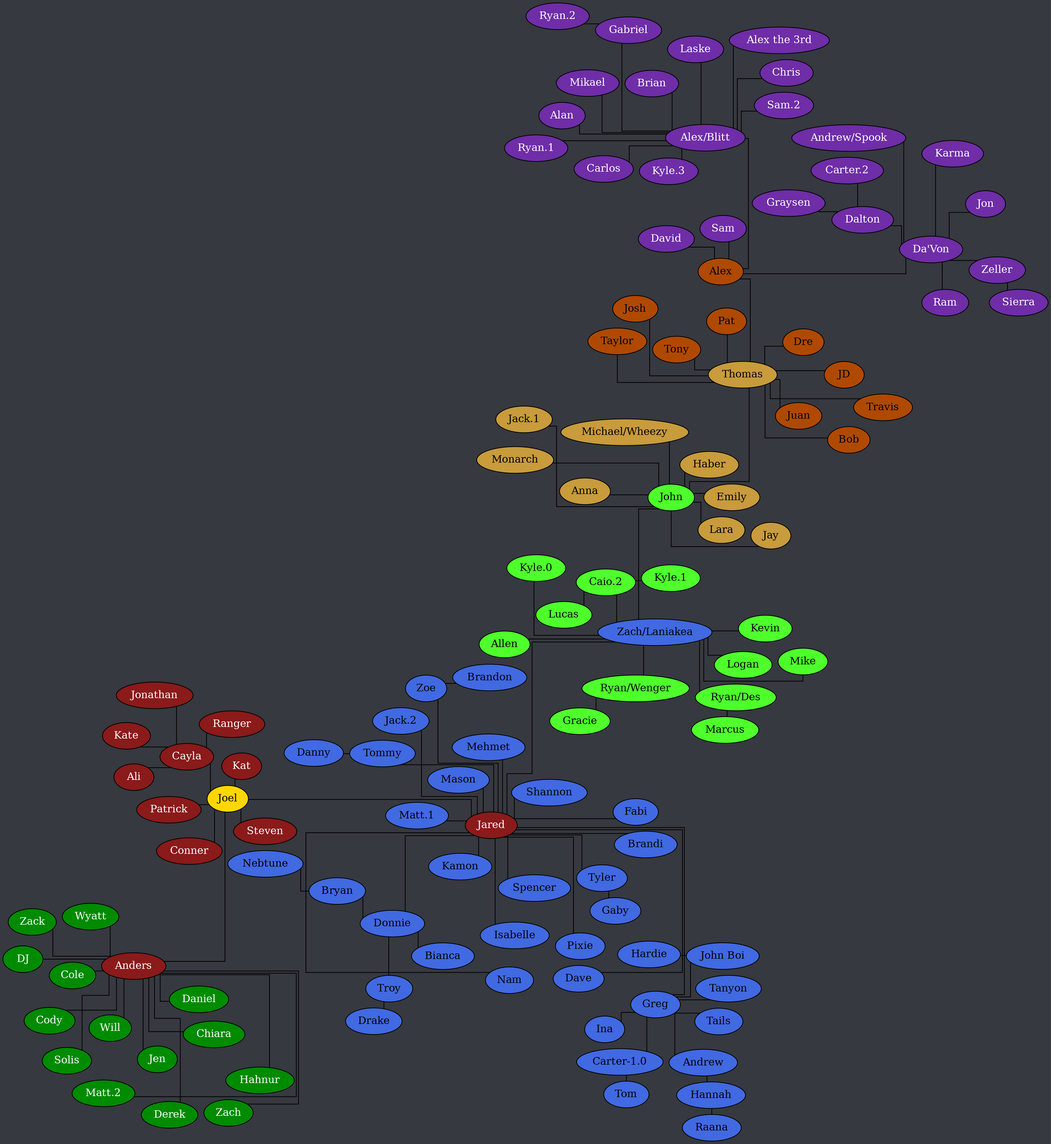
Before: tree.png, a diagram exported from Graphviz (Documidas/CoronaCatzFamilyTree). Its source is kept beside it as tree.dot. The source it was exported from:
```dot
strict graph {
	layout = neato;
	dpi = 200;
	epsilon = 0.01;
	mode = major;
	model = subset;
	overlap = false;
	splines = ortho;
	start = rand;

	graph [ truecolor=true bgcolor="#36393f" ];
	node [ style=filled fillcolor="gray" fontcolor="black" ];

	subgraph "Joel" {
		node [ style=filled fillcolor="firebrick4" fontcolor="white" ];
		Joel [ style=filled fillcolor="gold" fontcolor="black" ];

		Cayla -- Ali;
		Cayla -- Jonathan;
		Cayla -- Kate;
		Cayla -- Ranger;
		Joel -- Anders;
		Joel -- Cayla;
		Joel -- Conner;
		Joel -- Jared;
		Joel -- Kat;
		Joel -- Patrick;
		Joel -- Steven;
	}

	subgraph "Anders" {
		node [ style=filled fillcolor="green4" fontcolor="white" ];

		Anders -- Chiara;
		Anders -- Cody;
		Anders -- Cole;
		Anders -- Daniel;
		Anders -- Derek;
		Anders -- DJ;
		Anders -- Hahnur;
		Anders -- Jen;
		Anders -- "Matt.2";
		Anders -- Solis;
		Anders -- Will;
		Anders -- Wyatt;
		Anders -- Zach;
		Anders -- Zack;
	}

	subgraph "Jared" {
		node [ style=filled fillcolor="royalblue" fontcolor="black" ];

		Andrew -- Hannah;
		Bryan -- Nebtune;
		"Carter-1.0" -- Tom;
		Donnie -- Bianca;
		Donnie -- Bryan;
		Donnie -- Troy;
		Greg -- Andrew;
		Greg -- "Carter-1.0";
		Greg -- Ina;
		Greg -- "John Boi";
		Greg -- Tails;
		Greg -- Tanyon;
		Hannah -- Raana;
		Jared -- Brandi;
		Jared -- Dave;
		Jared -- Donnie;
		Jared -- Fabi;
		Jared -- "Jack.2";
		Jared -- Kamon;
		Jared -- Greg;
		Jared -- Isabelle;
		Jared -- Mason;
		Jared -- "Matt.1";
		Jared -- Mehmet;
		Jared -- Nam;
		Jared -- Pixie;
		Jared -- Shannon;
		Jared -- Spencer;
		Jared -- Tommy;
		Jared -- Tyler;
		Jared -- "Zach/Laniakea";
		Jared -- Zoe;
		"John Boi" -- Hardie;
		Tommy -- Danny;
		Troy -- Drake;
		Tyler -- Gaby;
		Zoe -- Brandon;
	}

	subgraph "Zach/Laniakea" {
		node [ style=filled fillcolor="#4eff2c" fontcolor="black" ];

		"Caio.2" -- "Kyle.1";
		"Caio.2" -- Lucas;
		"Ryan/Des" -- Marcus;
		"Ryan/Wenger" -- Gracie;
		"Zach/Laniakea" -- Allen;
		"Zach/Laniakea" -- "Caio.2";
		"Zach/Laniakea" -- John;
		"Zach/Laniakea" -- Logan;
		"Zach/Laniakea" -- Kevin;
		"Zach/Laniakea" -- "Kyle.0";
		"Zach/Laniakea" -- Mike;
		"Zach/Laniakea" -- "Ryan/Des";
		"Zach/Laniakea" -- "Ryan/Wenger";
	}

	subgraph "John" {
		node [ style=filled fillcolor="#c89b3c" fontcolor="black" ];

		John -- Anna;
		John -- Emily;
		John -- Haber;
		John -- Jay;
		John -- "Jack.1";
		John -- Lara;
		John -- Monarch;
		John -- Thomas;
	}

	subgraph "John-stream" {
		node [ style=filled fillcolor="#c89b3c" fontcolor="black" ];

		John -- "Michael/Wheezy";
	}

	subgraph "Thomas" {
		node [ style=filled fillcolor="#b04900" fontcolor="black" ];

		Thomas -- Alex;
		Thomas -- Bob;
		Thomas -- Dre;
		Thomas -- JD;
		Thomas -- Josh;
		Thomas -- Juan;
		Thomas -- Pat;
		Thomas -- Taylor;
		Thomas -- Tony;
		Thomas -- Travis;
	}

	subgraph "Alex" {
		node [ style=filled fillcolor="#6f2da8" fontcolor="white" ];

		Alex -- "Alex/Blitt";
		Alex -- "Da'Von";
		Alex -- David;
		Alex -- Sam;
		"Alex/Blitt" -- Alan;
		"Alex/Blitt" -- "Alex the 3rd";
		"Alex/Blitt" -- Brian;
		"Alex/Blitt" -- Carlos;
		"Alex/Blitt" -- Chris;
		"Alex/Blitt" -- Gabriel;
		"Alex/Blitt" -- "Kyle.3";
		"Alex/Blitt" -- Laske;
		"Alex/Blitt" -- Mikael;
		"Alex/Blitt" -- "Ryan.1";
		"Alex/Blitt" -- "Sam.2";
		"Da'Von" -- "Andrew/Spook";
		"Da'Von" -- Dalton;
		"Da'Von" -- Jon;
		"Da'Von" -- Karma;
		"Da'Von" -- Ram;
		"Da'Von" -- Zeller;
		Dalton -- "Carter.2";
		Dalton -- Graysen;
		Gabriel -- "Ryan.2";
		Zeller -- Sierra;
	}
}
```
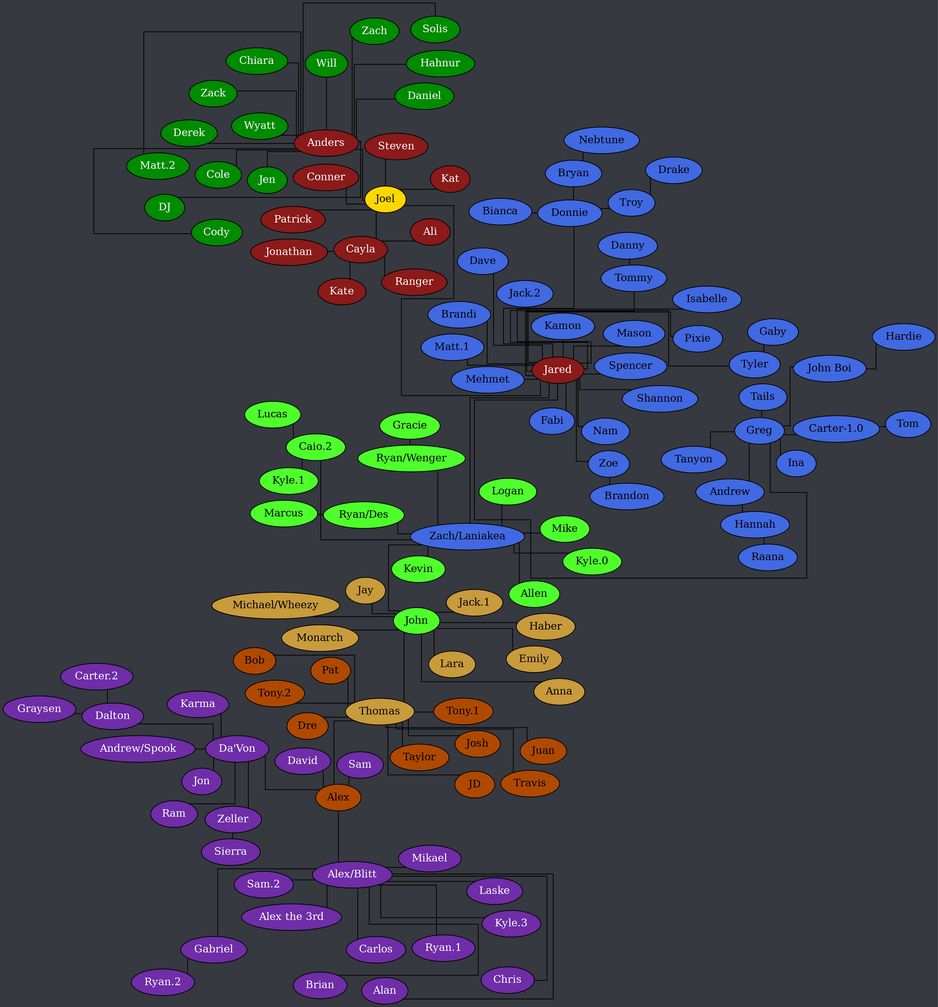
After the change.

Commit message:
Add second Tony

The edit, as a diff of the source:
```diff
@@ -137,7 +137,8 @@
 		Thomas -- Juan;
 		Thomas -- Pat;
 		Thomas -- Taylor;
-		Thomas -- Tony;
+		Thomas -- "Tony.1";
+		Thomas -- "Tony.2";
 		Thomas -- Travis;
 	}
 
```
